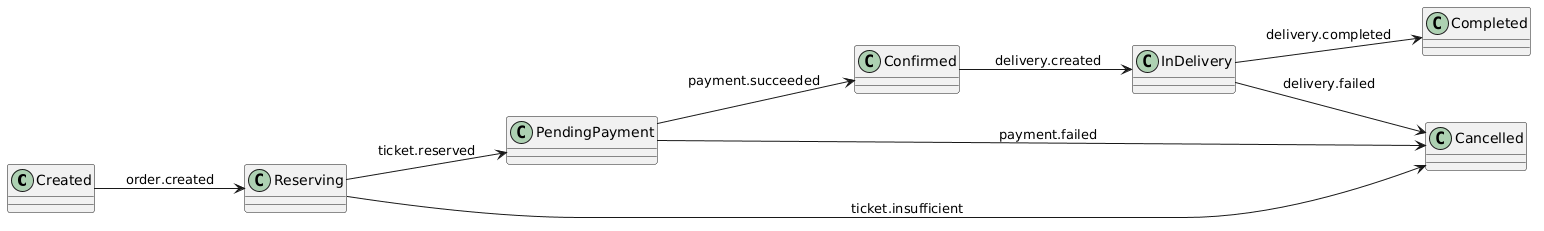
Earlier version of the PlantUML export doc/images/StateMachine Order.png (blackmittel/OtusSystemDesign).
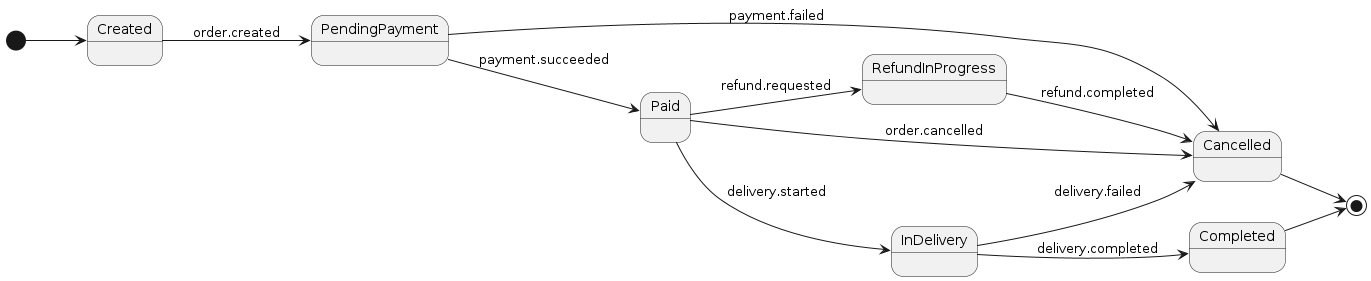
After the commit.

The edit, as a diff of the source:
```diff
@@ -1,11 +1,23 @@
 @startuml
 left to right direction
-Created --> Reserving : order.created
-Reserving --> PendingPayment : ticket.reserved
-Reserving --> Cancelled : ticket.insufficient
-PendingPayment --> Confirmed : payment.succeeded
+
+[*] --> Created
+
+Created --> PendingPayment : order.created
+
+PendingPayment --> Paid : payment.succeeded
 PendingPayment --> Cancelled : payment.failed
-Confirmed --> InDelivery : delivery.created
+
+Paid --> InDelivery : delivery.started
 InDelivery --> Completed : delivery.completed
+
+Paid --> Cancelled : order.cancelled
+
 InDelivery --> Cancelled : delivery.failed
+
+Paid --> RefundInProgress : refund.requested
+RefundInProgress --> Cancelled : refund.completed
+
+Completed --> [*]
+Cancelled --> [*]
 @enduml
```
